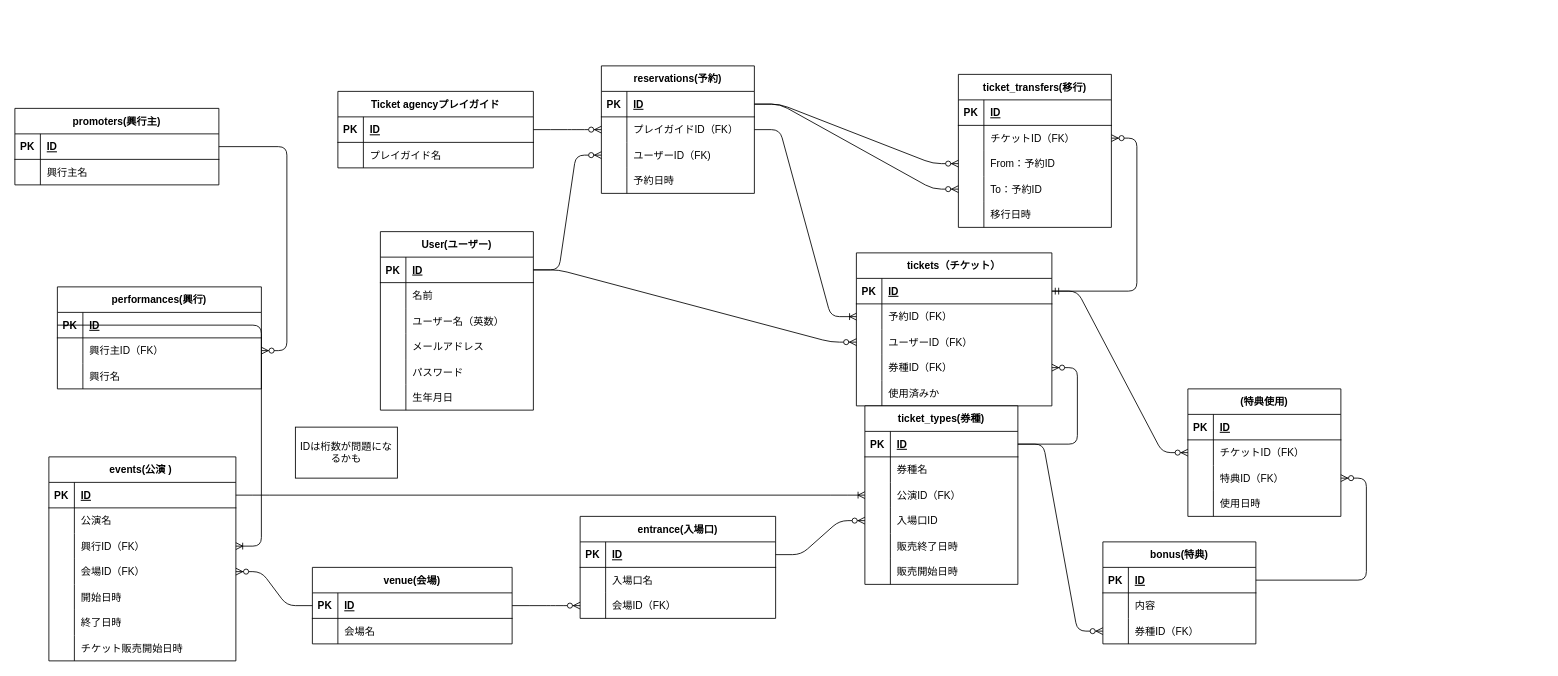
The draw.io diagram ticket-system/ticket-er-diagram.drawio in YassunEngineerUniversity/training-takeshita, before the edit. Source tidied: cells renumbered, new cells numbered last; positions are measured from the earlier drawing's top-left corner, leaving out a move shared by most shapes. Both pictures are drawn from the tidied source at 85%, with x=0, y=0 at pixel (14, 65).
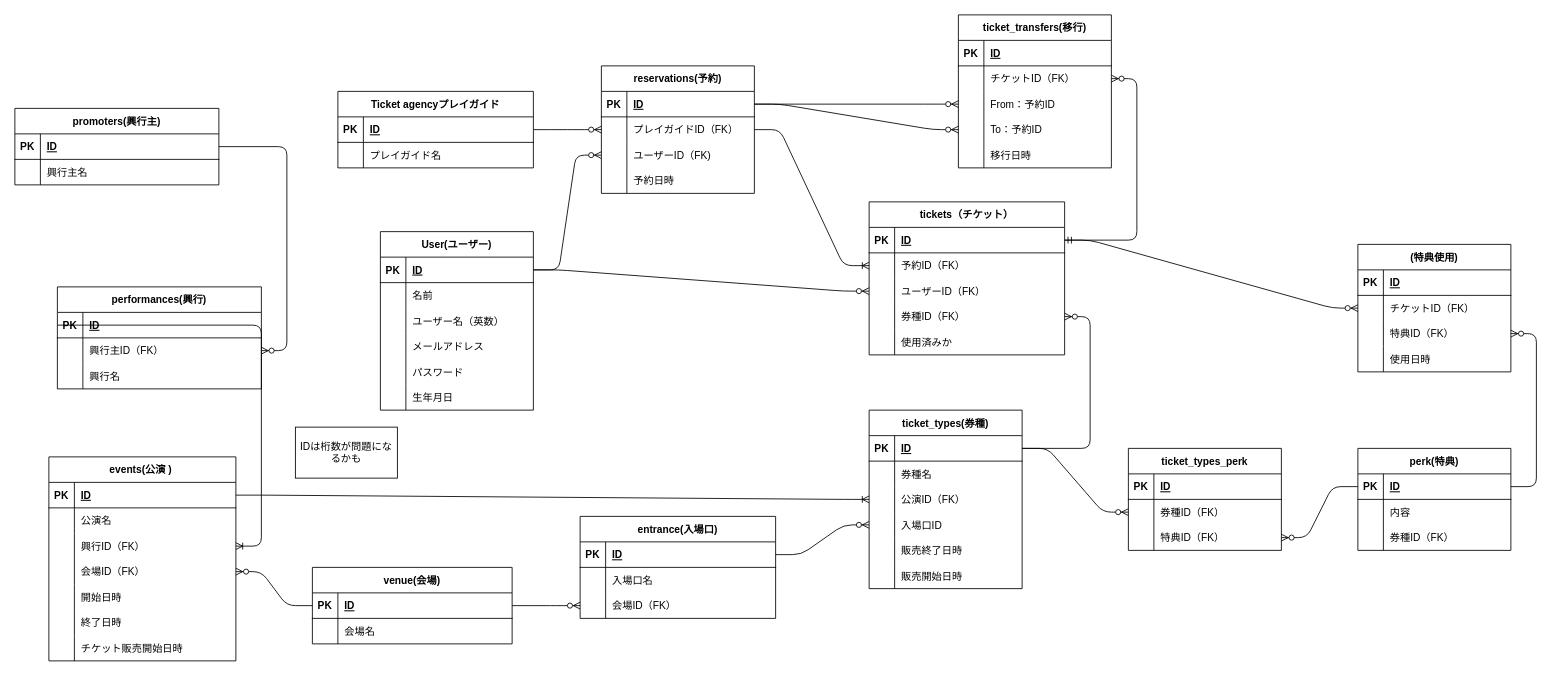
After the change.

Commit message (it also covers changes not shown here):
Create the perks, ticket_type_perks, and perks_usage tables.

Unchanged cells that the change refers to:
```xml
<mxCell id="122" style="shape=tableRow;horizontal=0;startSize=0;swimlaneHead=0;swimlaneBody=0;fillColor=none;points=[[0,0.5],[1,0.5]];portConstraint=eastwest;top=0;left=0;right=0;bottom=1;" parent="121" vertex="1">
  <mxGeometry y="30" width="180" height="30" as="geometry" />
</mxCell>
<mxCell id="128" style="shape=tableRow;horizontal=0;startSize=0;swimlaneHead=0;swimlaneBody=0;fillColor=none;points=[[0,0.5],[1,0.5]];portConstraint=eastwest;top=0;left=0;right=0;bottom=0;" parent="121" vertex="1">
  <mxGeometry y="90" width="180" height="30" as="geometry" />
</mxCell>
<mxCell id="132" style="shape=tableRow;horizontal=0;startSize=0;swimlaneHead=0;swimlaneBody=0;fillColor=none;points=[[0,0.5],[1,0.5]];portConstraint=eastwest;top=0;left=0;right=0;bottom=1;" parent="131" vertex="1">
  <mxGeometry y="30" width="180" height="30" as="geometry" />
</mxCell>
```

The edit, as a diff of the source:
```diff
@@
     <mxCell id="71" value="tickets（チケット）" style="shape=table;startSize=30;childLayout=tableLayout;rowLines=0;fontStyle=1;align=center;" parent="1" vertex="1">
-      <mxGeometry x="990" y="220" width="230" height="180" as="geometry" />
+      <mxGeometry x="1005" y="160" width="230" height="180" as="geometry" />
     </mxCell>
@@
     <mxCell id="105" value="ticket_transfers(移行)" style="shape=table;startSize=30;childLayout=tableLayout;rowLines=0;fontStyle=1;align=center;" parent="1" vertex="1">
-      <mxGeometry x="1110" y="10" width="180" height="180" as="geometry" />
+      <mxGeometry x="1110" y="-60" width="180" height="180" as="geometry" />
     </mxCell>
@@
-    <mxCell id="121" value="bonus(特典)" style="shape=table;startSize=30;childLayout=tableLayout;rowLines=0;fontStyle=1;align=center;" parent="1" vertex="1">
-      <mxGeometry x="1280" y="560" width="180" height="120" as="geometry" />
+    <mxCell id="121" value="perk(特典)" style="shape=table;startSize=30;childLayout=tableLayout;rowLines=0;fontStyle=1;align=center;" parent="1" vertex="1">
+      <mxGeometry x="1580" y="450" width="180" height="120" as="geometry" />
     </mxCell>
@@
     <mxCell id="131" value="ticket_types(券種)" style="shape=table;startSize=30;childLayout=tableLayout;rowLines=0;fontStyle=1;align=center;" parent="1" vertex="1">
-      <mxGeometry x="1000" y="400" width="180" height="210" as="geometry" />
+      <mxGeometry x="1005" y="405" width="180" height="210" as="geometry" />
     </mxCell>
@@
     <mxCell id="150" value="(特典使用)" style="shape=table;startSize=30;childLayout=tableLayout;rowLines=0;fontStyle=1;align=center;" parent="1" vertex="1">
-      <mxGeometry x="1380" y="380" width="180" height="150" as="geometry" />
+      <mxGeometry x="1580" y="210" width="180" height="150" as="geometry" />
     </mxCell>
@@
-    <mxCell id="164" style="edgeStyle=entityRelationEdgeStyle;fontSize=12;html=1;endArrow=ERzeroToMany;endFill=1;" parent="1" edge="1" source="132" target="128">
-      <mxGeometry relative="1" as="geometry" />
-    </mxCell>
@@
+    <mxCell id="189" value="ticket_types_perk" style="shape=table;startSize=30;childLayout=tableLayout;rowLines=0;fontStyle=1;align=center;" parent="1" vertex="1">
+      <mxGeometry x="1310" y="450" width="180" height="120" as="geometry" />
+    </mxCell>
+    <mxCell id="190" style="shape=tableRow;horizontal=0;startSize=0;swimlaneHead=0;swimlaneBody=0;fillColor=none;top=0;left=0;right=0;bottom=1;" parent="189" vertex="1">
+      <mxGeometry y="30" width="180" height="30" as="geometry" />
+    </mxCell>
+    <mxCell id="191" value="PK" style="shape=partialRectangle;fillColor=none;top=0;left=0;bottom=0;right=0;fontStyle=1;overflow=hidden;" parent="190" vertex="1">
+      <mxGeometry width="30" height="30" as="geometry" />
+    </mxCell>
+    <mxCell id="192" value="ID" style="shape=partialRectangle;fillColor=none;top=0;left=0;bottom=0;right=0;align=left;spacingLeft=6;fontStyle=5;overflow=hidden;" parent="190" vertex="1">
+      <mxGeometry x="30" width="150" height="30" as="geometry" />
+    </mxCell>
+    <mxCell id="193" style="shape=tableRow;horizontal=0;startSize=0;swimlaneHead=0;swimlaneBody=0;fillColor=none;points=[[0,0.5],[1,0.5]];portConstraint=eastwest;top=0;left=0;right=0;bottom=0;" parent="189" vertex="1">
+      <mxGeometry y="60" width="180" height="30" as="geometry" />
+    </mxCell>
+    <mxCell id="194" style="shape=partialRectangle;fillColor=none;top=0;left=0;bottom=0;right=0;overflow=hidden;" parent="193" vertex="1">
+      <mxGeometry width="30" height="30" as="geometry" />
+    </mxCell>
+    <mxCell id="195" value="券種ID（FK）" style="shape=partialRectangle;fillColor=none;top=0;left=0;bottom=0;right=0;align=left;spacingLeft=6;overflow=hidden;" parent="193" vertex="1">
+      <mxGeometry x="30" width="150" height="30" as="geometry" />
+    </mxCell>
+    <mxCell id="196" style="shape=tableRow;horizontal=0;startSize=0;swimlaneHead=0;swimlaneBody=0;fillColor=none;points=[[0,0.5],[1,0.5]];portConstraint=eastwest;top=0;left=0;right=0;bottom=0;" parent="189" vertex="1">
+      <mxGeometry y="90" width="180" height="30" as="geometry" />
+    </mxCell>
+    <mxCell id="197" style="shape=partialRectangle;fillColor=none;top=0;left=0;bottom=0;right=0;overflow=hidden;" parent="196" vertex="1">
+      <mxGeometry width="30" height="30" as="geometry" />
+    </mxCell>
+    <mxCell id="198" value="特典ID（FK）" style="shape=partialRectangle;fillColor=none;top=0;left=0;bottom=0;right=0;align=left;spacingLeft=6;overflow=hidden;" parent="196" vertex="1">
+      <mxGeometry x="30" width="150" height="30" as="geometry" />
+    </mxCell>
+    <mxCell id="199" style="edgeStyle=entityRelationEdgeStyle;fontSize=12;html=1;endArrow=ERzeroToMany;endFill=1;" parent="1" edge="1" source="132" target="193">
+      <mxGeometry relative="1" as="geometry" />
+    </mxCell>
+    <mxCell id="200" style="edgeStyle=entityRelationEdgeStyle;fontSize=12;html=1;endArrow=ERzeroToMany;endFill=1;" parent="1" edge="1" source="122" target="196">
+      <mxGeometry relative="1" as="geometry" />
+    </mxCell>
```
